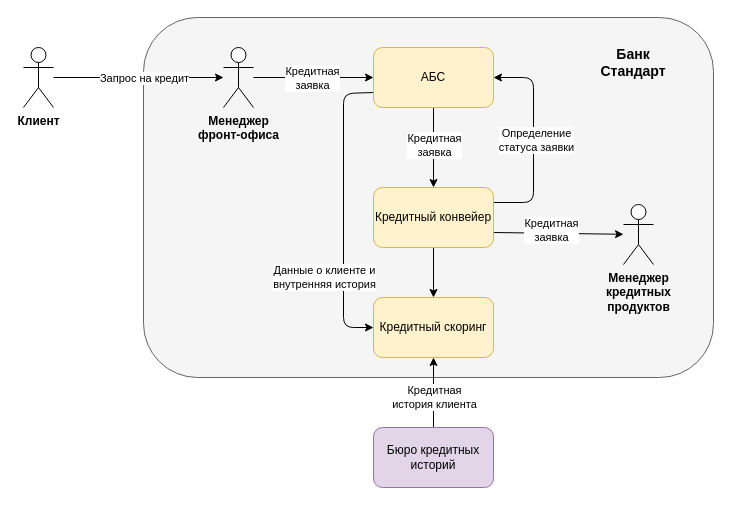
This is task1_it_arch_as_is/credit_process.drawio from turistigor/yap-arch-task3-bank, a draw.io file, before an edit. Source tidied: cells renumbered, new cells numbered last; positions are measured from the earlier drawing's top-left corner, leaving out a move shared by most shapes. Both pictures are drawn from the tidied source at 100%, with x=0, y=0 at pixel (23, 17).
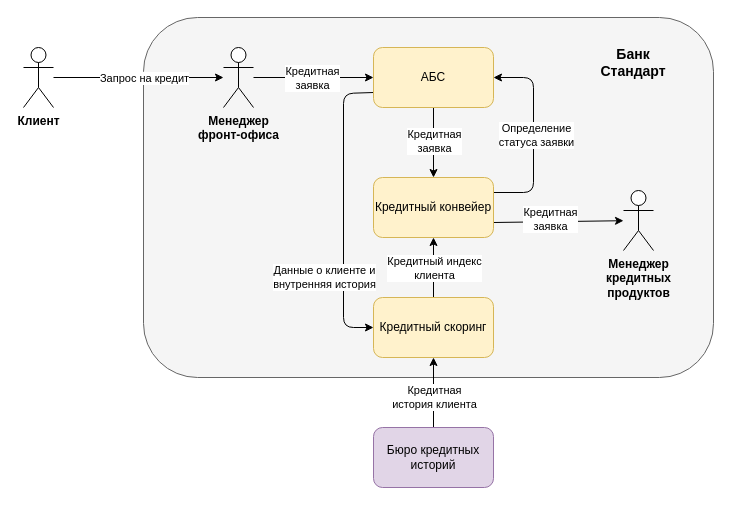
The same diagram, later.

Unchanged cells that the change refers to:
```xml
<mxCell id="13" value="АБС" style="whiteSpace=wrap;html=1;rounded=1;fillColor=#fff2cc;strokeColor=#d6b656;" parent="1" vertex="1">
  <mxGeometry x="350" y="30" width="120" height="60" as="geometry" />
</mxCell>
<mxCell id="21" value="Кредитный скоринг" style="rounded=1;whiteSpace=wrap;html=1;fillColor=#fff2cc;strokeColor=#d6b656;" parent="1" vertex="1">
  <mxGeometry x="350" y="280" width="120" height="60" as="geometry" />
</mxCell>
```

What changed in the source:
```diff
@@
-    <mxCell id="16" style="edgeStyle=none;html=1;" parent="1" edge="1" source="19" target="21">
+    <mxCell id="16" style="edgeStyle=none;html=1;entryX=0.5;entryY=1;entryDx=0;entryDy=0;exitX=0.5;exitY=0;exitDx=0;exitDy=0;" parent="1" edge="1" source="21" target="19">
       <mxGeometry relative="1" as="geometry" />
     </mxCell>
+    <mxCell id="26" value="Кредитный индекс&lt;div&gt;&lt;span&gt;&lt;font style=&quot;color: rgb(0, 0, 0);&quot;&gt;клиента&lt;/font&gt;&lt;/span&gt;&lt;/div&gt;" style="edgeLabel;html=1;align=center;verticalAlign=middle;" parent="16" vertex="1">
+      <mxGeometry x="0.07" relative="1" as="geometry">
+        <mxPoint y="2" as="offset" />
+      </mxGeometry>
+    </mxCell>
-    <mxCell id="17" style="edgeStyle=orthogonalEdgeStyle;html=1;exitX=1;exitY=0.25;exitDx=0;exitDy=0;entryX=1;entryY=0.5;entryDx=0;entryDy=0;strokeColor=default;" parent="1" edge="1" source="19" target="13">
+    <mxCell id="17" style="edgeStyle=orthogonalEdgeStyle;html=1;exitX=1;exitY=0.25;exitDx=0;exitDy=0;entryX=1;entryY=0.5;entryDx=0;entryDy=0;strokeColor=default;rounded=1;curved=0;" parent="1" edge="1" source="19" target="13">
       <mxGeometry relative="1" as="geometry">
         <Array as="points">
-          <mxPoint x="510" y="185" />
+          <mxPoint x="510" y="175" />
           <mxPoint x="510" y="60" />
         </Array>
       </mxGeometry>
     </mxCell>
@@
     <mxCell id="19" value="Кредитный конвейер" style="rounded=1;whiteSpace=wrap;html=1;fillColor=#fff2cc;strokeColor=#d6b656;" parent="1" vertex="1">
-      <mxGeometry x="350" y="170" width="120" height="60" as="geometry" />
+      <mxGeometry x="350" y="160" width="120" height="60" as="geometry" />
     </mxCell>
     <mxCell id="20" value="&lt;b&gt;Менеджер&lt;/b&gt;&lt;div&gt;&lt;font style=&quot;color: rgb(0, 0, 0);&quot;&gt;&lt;b&gt;кредитных&lt;/b&gt;&lt;/font&gt;&lt;/div&gt;&lt;div&gt;&lt;font style=&quot;color: rgb(0, 0, 0);&quot;&gt;&lt;b&gt;продуктов&lt;/b&gt;&lt;/font&gt;&lt;/div&gt;" style="shape=umlActor;verticalLabelPosition=bottom;verticalAlign=top;html=1;outlineConnect=0;" parent="1" vertex="1">
-      <mxGeometry x="600" y="187" width="30" height="60" as="geometry" />
+      <mxGeometry x="600" y="173" width="30" height="60" as="geometry" />
     </mxCell>
```
